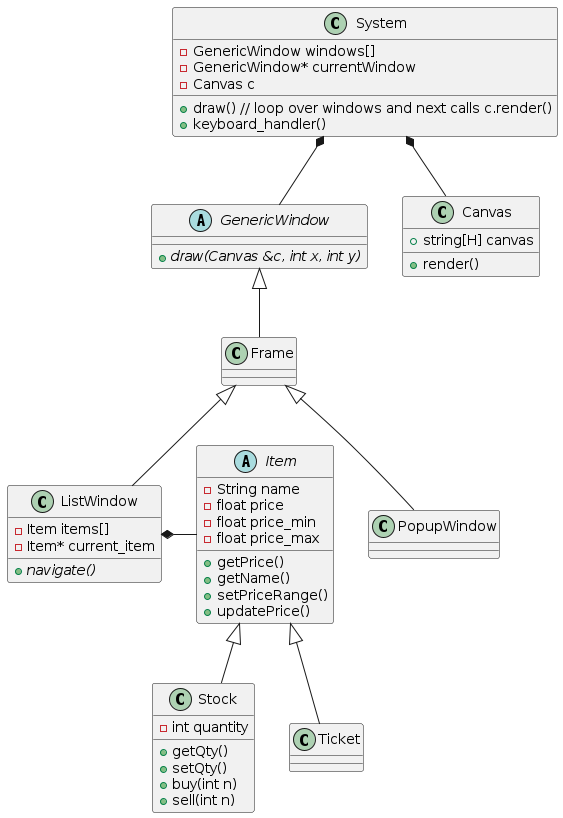
This is out/doc/high_level/high_level.png from plpabla/dealg, a PlantUML export, as it was before one commit.
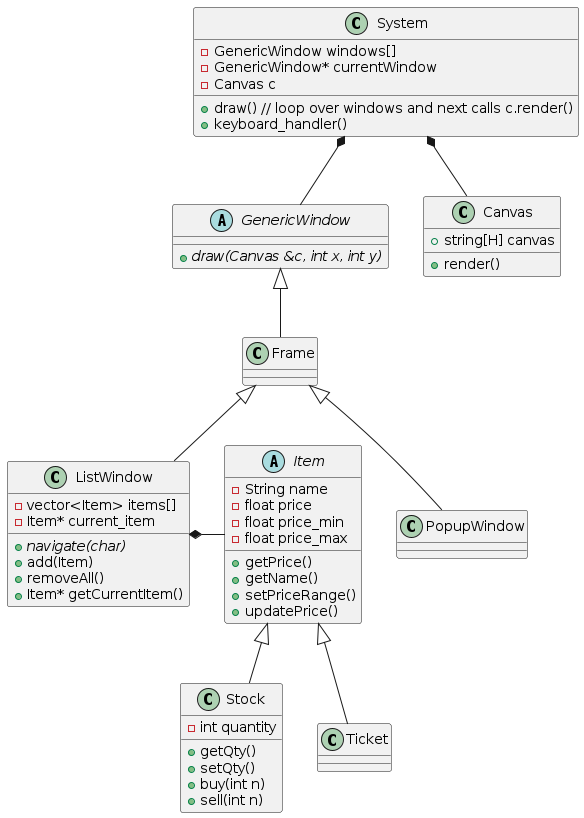
Above is the later version.

Change to the diagram source:
```diff
@@ -28,9 +28,12 @@
 class Frame
 class ListWindow
 {
-    - Item items[]
+    - vector<Item> items[]
     - Item* current_item
-    + {abstract} navigate()
+    + {abstract} navigate(char)
+    + add(Item)
+    + removeAll()
+    + Item* getCurrentItem()
 }
 Frame <|-- ListWindow
 Frame <|-- PopupWindow
```
